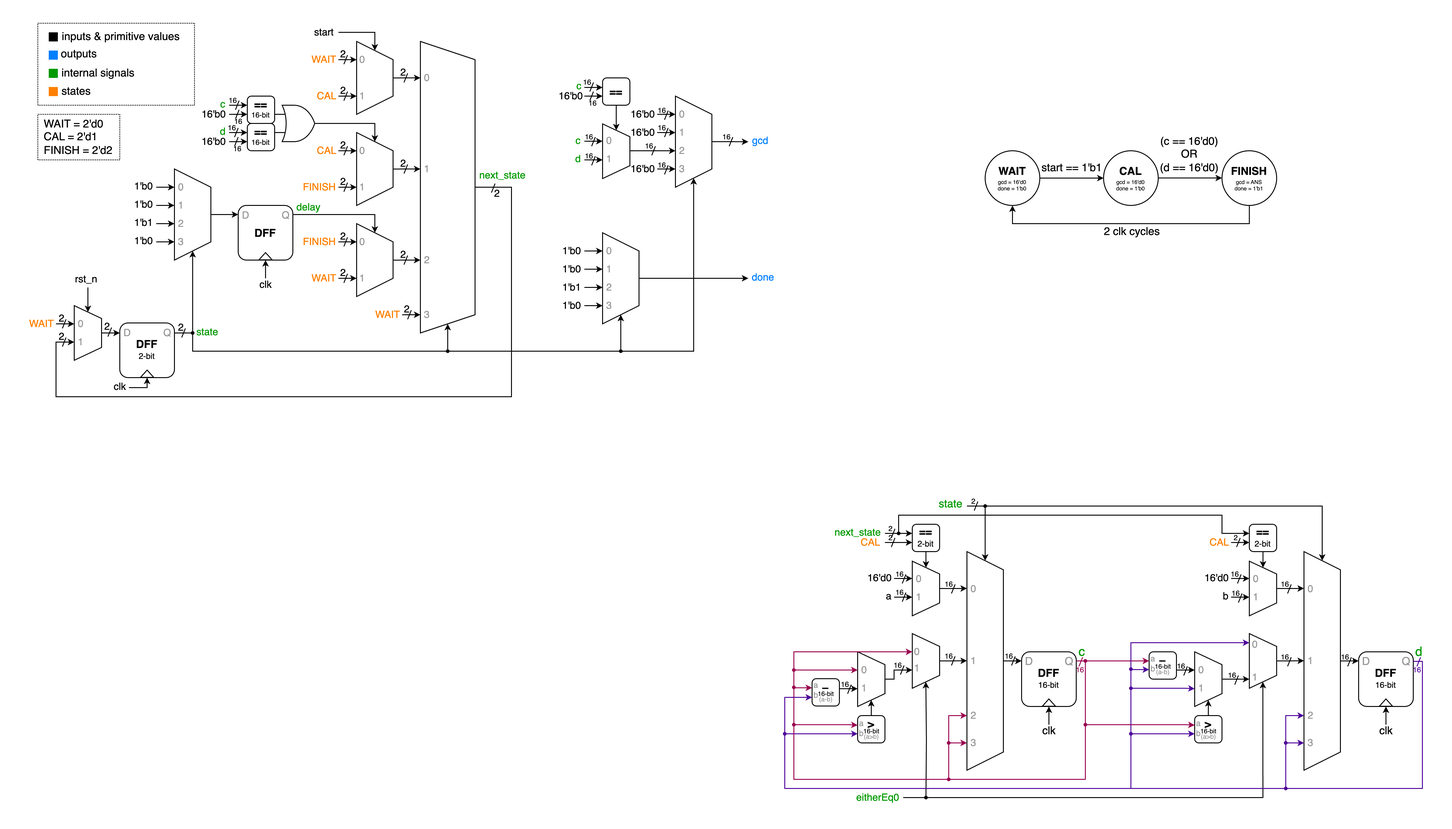
Before: roger/Lab5/Circuit Diagram/a3.png, a diagram exported from draw.io (rogerfan48/Course-Soph1-HDL). Source tidied: cells renumbered, new cells last; positions are measured from the earlier drawing's top-left corner, leaving out a move shared by most shapes.
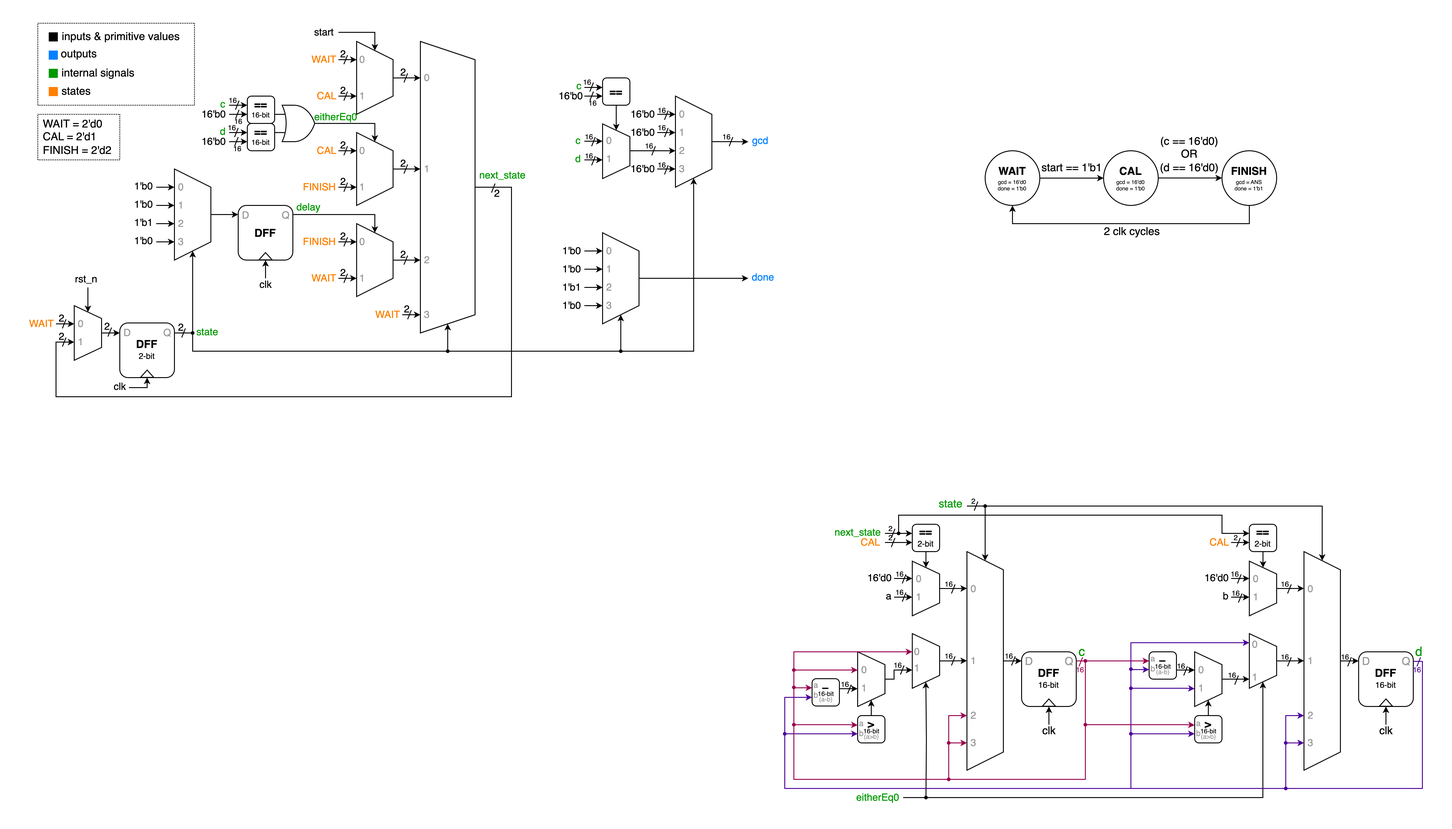
After the change.

Change to the diagram source:
```diff
@@ -1988,5 +1988,8 @@
     <mxCell id="428" value="&lt;font color=&quot;#000000&quot;&gt;16-bit&lt;/font&gt;" style="text;html=1;align=center;verticalAlign=middle;strokeColor=none;fillColor=none;fontFamily=Helvetica;fontSize=7;fontColor=#999999;labelBackgroundColor=none;imageAspect=0;" parent="1" vertex="1">
       <mxGeometry x="1286" y="773" width="40" height="20" as="geometry" />
     </mxCell>
+    <mxCell id="429" value="eitherEq0" style="text;html=1;align=center;verticalAlign=middle;strokeColor=none;fillColor=none;fontFamily=Helvetica;fontSize=11;fontColor=#009900;labelBackgroundColor=none;" parent="1" vertex="1">
+      <mxGeometry x="313" y="93" width="70" height="30" as="geometry" />
+    </mxCell>
   </root>
 </mxGraphModel>
```
